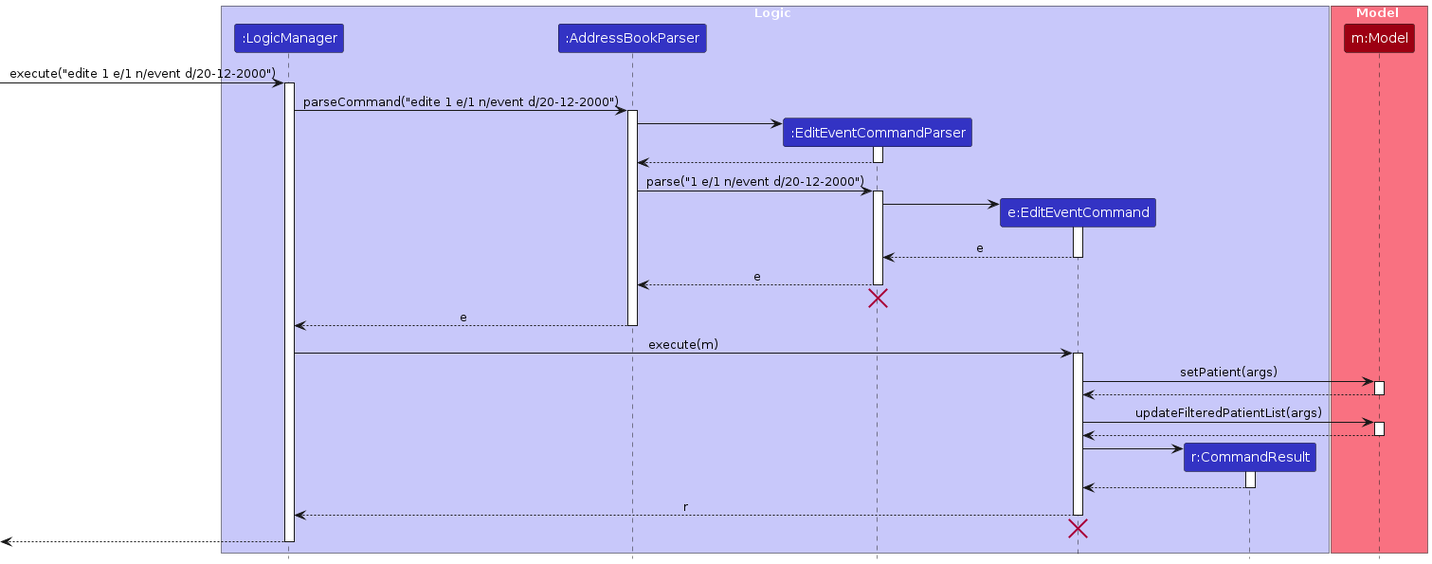
Above: diagrams/EditEventSequenceDiagram.png in NeoHW/tp (PlantUML), before the change. Its source is kept beside it as diagrams/EditEventSequenceDiagram.puml.
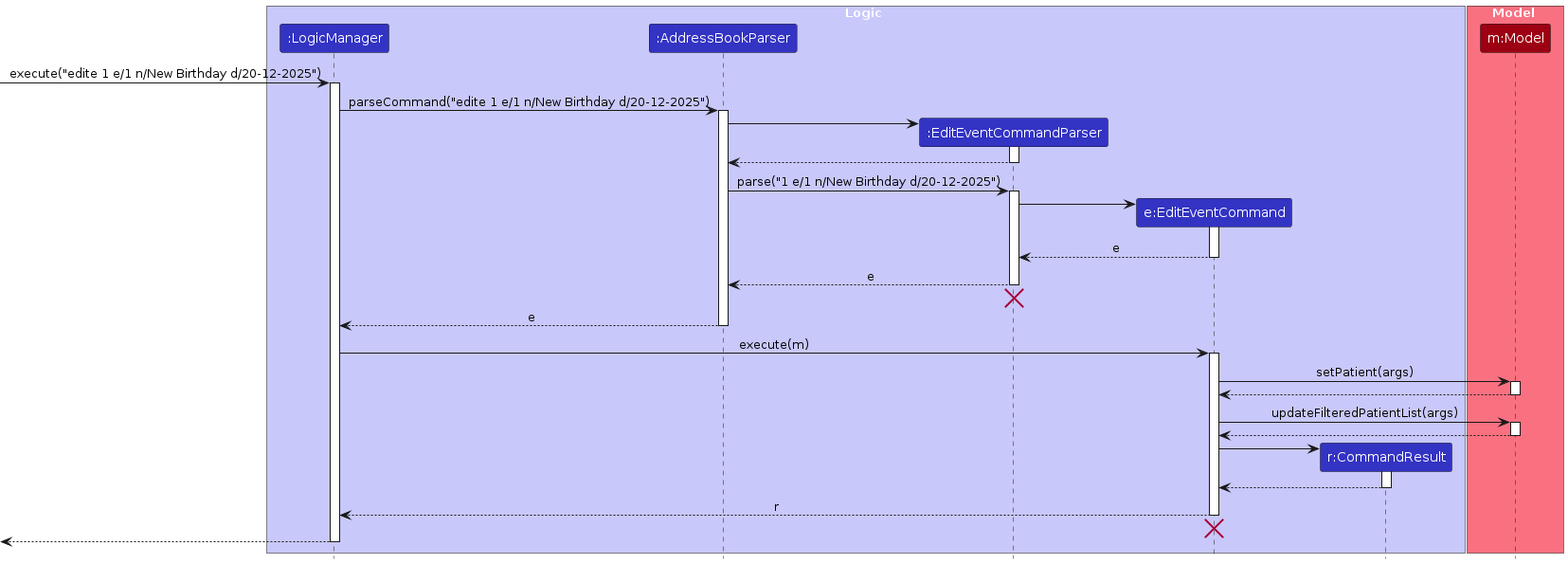
After the commit.

Diff of the diagram source:
```diff
@@ -14,10 +14,10 @@
 participant "m:Model" as Model MODEL_COLOR
 end box
 
-[-> LogicManager : execute("edite 1 e/1 n/event d/20-12-2000")
+[-> LogicManager : execute("edite 1 e/1 n/New Birthday d/20-12-2025")
 activate LogicManager
 
-LogicManager -> AddressBookParser : parseCommand("edite 1 e/1 n/event d/20-12-2000")
+LogicManager -> AddressBookParser : parseCommand("edite 1 e/1 n/New Birthday d/20-12-2025")
 activate AddressBookParser
 
 create EditEventCommandParser
@@ -27,7 +27,7 @@
 EditEventCommandParser --> AddressBookParser
 deactivate EditEventCommandParser
 
-AddressBookParser -> EditEventCommandParser : parse("1 e/1 n/event d/20-12-2000")
+AddressBookParser -> EditEventCommandParser : parse("1 e/1 n/New Birthday d/20-12-2025")
 activate EditEventCommandParser
 
 Create EditEventCommand
```
